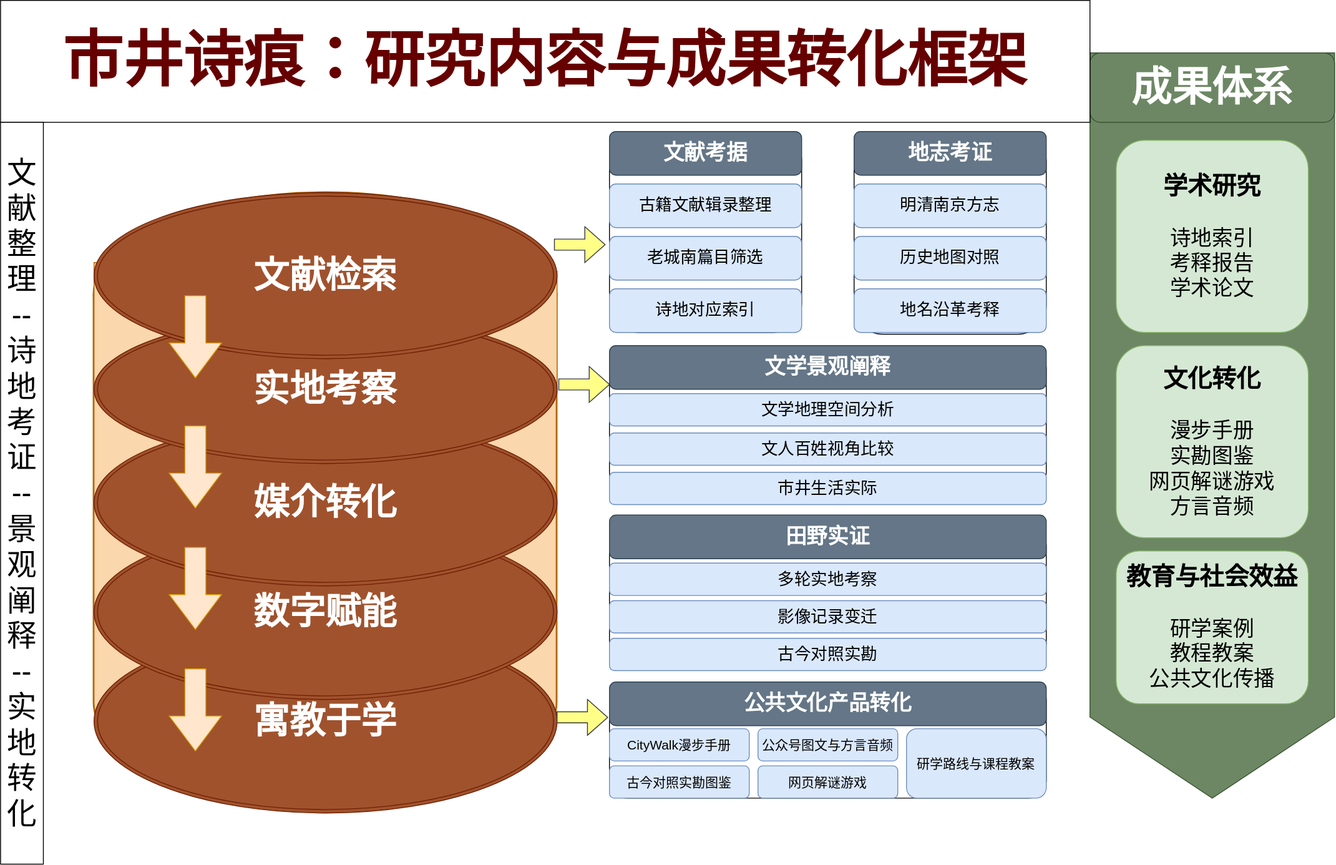
The draw.io diagram 2.drawio.svg in shuxilin06/ToMyLife2.0, before a commit. Source tidied: cells renumbered, new cells last; positions are measured from the earlier drawing's top-left corner, leaving out a move shared by most shapes.
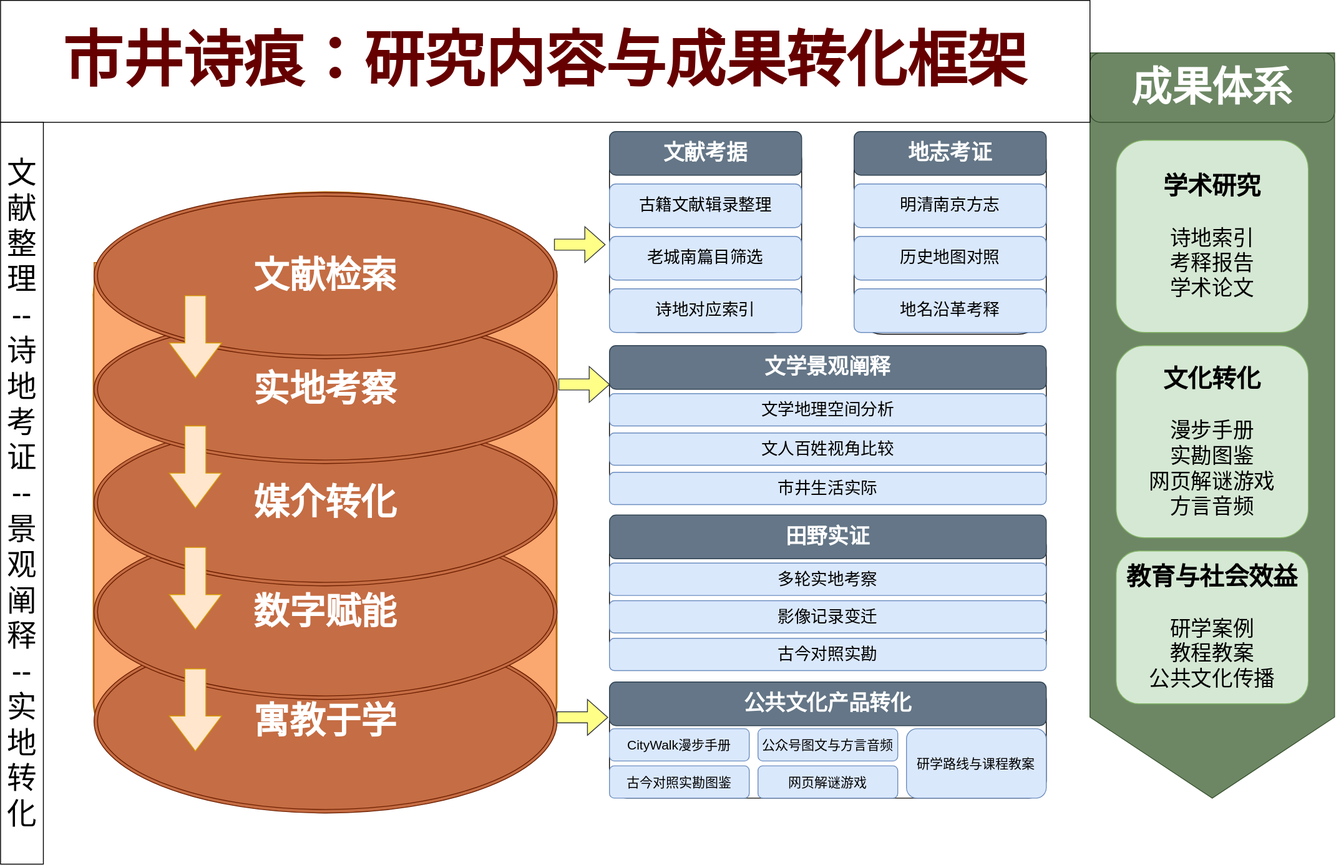
Later version of the same file.

What changed in the source:
```diff
@@ -2,28 +2,28 @@
   <root>
     <mxCell id="0" />
     <mxCell id="1" parent="0" />
-    <mxCell id="2" style="strokeWidth=2;html=1;shape=mxgraph.flowchart.database;whiteSpace=wrap;fillColor=#fad7ac;strokeColor=#b46504;" parent="1" vertex="1">
+    <mxCell id="2" style="strokeWidth=2;html=1;shape=mxgraph.flowchart.database;whiteSpace=wrap;fillColor=#FAA770;strokeColor=#b46504;" parent="1" vertex="1">
       <mxGeometry x="107" y="220" width="530" height="700" as="geometry" />
     </mxCell>
-    <mxCell id="3" value="寓教于学" style="ellipse;shape=doubleEllipse;whiteSpace=wrap;html=1;fillColor=#a0522d;fontColor=#ffffff;strokeColor=#6D1F00;fontSize=41;fontStyle=1;" parent="1" vertex="1">
+    <mxCell id="3" value="寓教于学" style="ellipse;shape=doubleEllipse;whiteSpace=wrap;html=1;fillColor=#C56D44;fontColor=#ffffff;strokeColor=#6D1F00;fontSize=41;fontStyle=1;" parent="1" vertex="1">
       <mxGeometry x="107" y="720" width="530" height="210" as="geometry" />
     </mxCell>
-    <mxCell id="4" value="数字赋能" style="ellipse;shape=doubleEllipse;whiteSpace=wrap;html=1;fillColor=#a0522d;fontColor=#ffffff;strokeColor=#6D1F00;fontSize=41;fontStyle=1;" parent="1" vertex="1">
+    <mxCell id="4" value="数字赋能" style="ellipse;shape=doubleEllipse;whiteSpace=wrap;html=1;fillColor=#C56D44;fontColor=#ffffff;strokeColor=#6D1F00;fontSize=41;fontStyle=1;" parent="1" vertex="1">
       <mxGeometry x="107" y="600" width="530" height="200" as="geometry" />
     </mxCell>
-    <mxCell id="5" value="媒介转化" style="ellipse;shape=doubleEllipse;whiteSpace=wrap;html=1;fillColor=#a0522d;strokeColor=#6D1F00;fontSize=41;fontStyle=1;fontColor=#ffffff;" parent="1" vertex="1">
+    <mxCell id="5" value="媒介转化" style="ellipse;shape=doubleEllipse;whiteSpace=wrap;html=1;fillColor=#C56D44;strokeColor=#6D1F00;fontSize=41;fontStyle=1;fontColor=#ffffff;" parent="1" vertex="1">
       <mxGeometry x="107" y="480" width="530" height="190" as="geometry" />
     </mxCell>
-    <mxCell id="6" style="verticalLabelPosition=bottom;verticalAlign=top;html=1;shape=offPageConnector;rounded=0;size=0.07142857142857142;labelPerimeter=1;fillColor=#fad7ac;strokeColor=#b46504;" parent="1" vertex="1">
+    <mxCell id="6" style="verticalLabelPosition=bottom;verticalAlign=top;html=1;shape=offPageConnector;rounded=0;size=0.07142857142857142;labelPerimeter=1;fillColor=#FAA770;strokeColor=#b46504;" parent="1" vertex="1">
       <mxGeometry x="107" y="300" width="103" height="150" as="geometry" />
     </mxCell>
-    <mxCell id="7" style="verticalLabelPosition=bottom;verticalAlign=top;html=1;shape=offPageConnector;rounded=0;size=0.07142857142857142;labelPerimeter=1;fillColor=#fad7ac;strokeColor=#b46504;" parent="1" vertex="1">
+    <mxCell id="7" style="verticalLabelPosition=bottom;verticalAlign=top;html=1;shape=offPageConnector;rounded=0;size=0.07142857142857142;labelPerimeter=1;fillColor=#FAA770;strokeColor=#b46504;" parent="1" vertex="1">
       <mxGeometry x="534" y="310" width="103" height="150" as="geometry" />
     </mxCell>
-    <mxCell id="8" value="实地考察" style="ellipse;shape=doubleEllipse;whiteSpace=wrap;html=1;fillColor=#a0522d;fontColor=#ffffff;strokeColor=#6D1F00;fontSize=41;fontStyle=1;" parent="1" vertex="1">
+    <mxCell id="8" value="实地考察" style="ellipse;shape=doubleEllipse;whiteSpace=wrap;html=1;fillColor=#C56D44;fontColor=#ffffff;strokeColor=#6D1F00;fontSize=41;fontStyle=1;" parent="1" vertex="1">
       <mxGeometry x="107" y="360" width="530" height="170" as="geometry" />
     </mxCell>
-    <mxCell id="9" value="文献检索" style="ellipse;shape=doubleEllipse;whiteSpace=wrap;html=1;fillColor=#a0522d;fontColor=#ffffff;strokeColor=#6D1F00;fontSize=41;fontStyle=1;" parent="1" vertex="1">
+    <mxCell id="9" value="文献检索" style="ellipse;shape=doubleEllipse;whiteSpace=wrap;html=1;fillColor=#C56D44;fontColor=#ffffff;strokeColor=#6D1F00;fontSize=41;fontStyle=1;" parent="1" vertex="1">
       <mxGeometry x="107" y="220" width="530" height="190" as="geometry" />
     </mxCell>
     <mxCell id="10" style="rounded=1;whiteSpace=wrap;html=1;roundedPerimeter=1;" parent="1" vertex="1">
```
